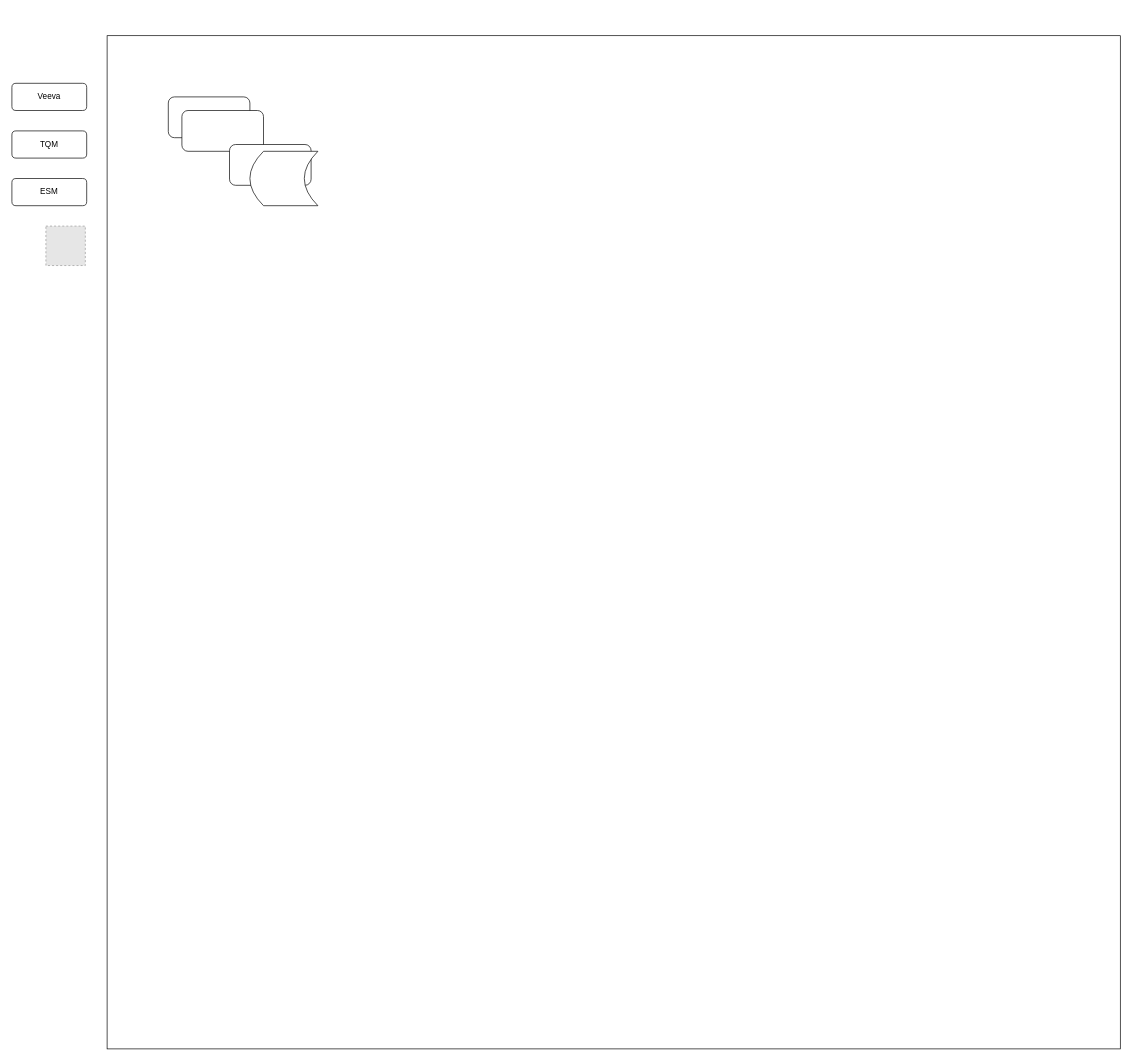
roy-huang1983/learngit keeps this draw.io diagram as 未命名绘图1.drawio. Above is the earlier version. Source tidied: cells renumbered, new cells numbered last; positions are measured from the earlier drawing's top-left corner, leaving out a move shared by most shapes. Both pictures are drawn from the tidied source at 68%, with x=0, y=0 at pixel (12, 35). Pictures stored in the file or linked from it are replaced by grey dashed boxes.
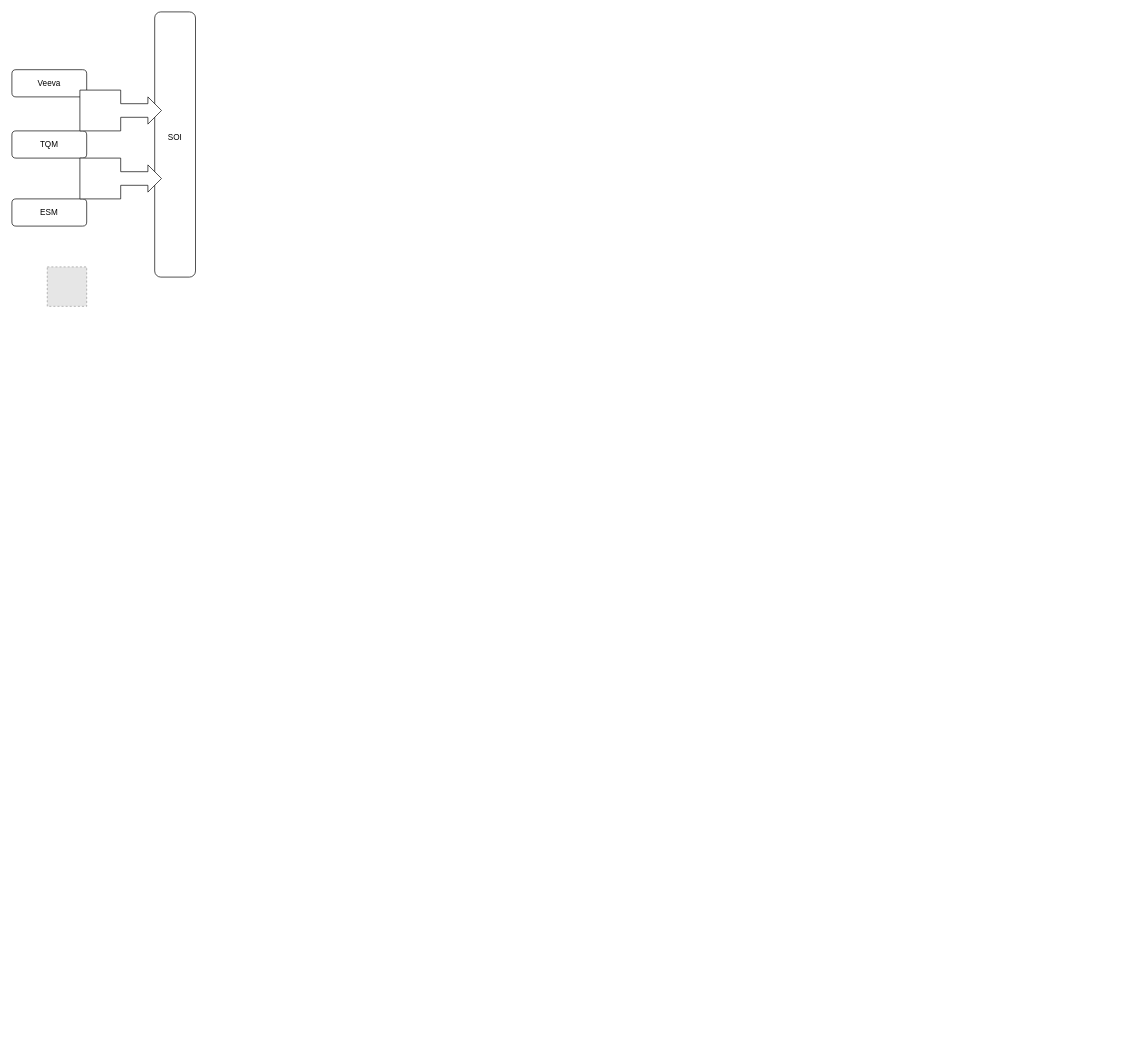
Above is the later version.

Commit message (it also covers changes not shown here):
更新未命名绘图1.drawio

The edit, as a diff of the source:
```diff
@@
 <mxGraphModel>
   <root>
     <mxCell id="0" />
     <mxCell id="1" parent="0" />
-    <mxCell id="2" style="whiteSpace=wrap;html=1;rounded=0;sketch=0;" parent="1" vertex="1">
-      <mxGeometry x="140" width="1490" height="1490" as="geometry" />
-    </mxCell>
+    <mxCell id="11" style="group;" parent="1" vertex="1">
+      <mxGeometry x="210" y="-35" width="60" height="390" as="geometry" />
+    </mxCell>
+    <mxCell id="7" style="rounded=1;whiteSpace=wrap;html=1;sketch=0;rotation=90;" parent="11" vertex="1">
+      <mxGeometry x="-165" y="165" width="390" height="60" as="geometry" />
+    </mxCell>
+    <mxCell id="12" value="SOI" style="text;html=1;strokeColor=none;fillColor=none;align=center;verticalAlign=middle;whiteSpace=wrap;rounded=0;sketch=0;" parent="11" vertex="1">
+      <mxGeometry x="10" y="175" width="40" height="20" as="geometry" />
+    </mxCell>
     <mxCell id="3" value="Veeva" style="rounded=1;whiteSpace=wrap;html=1;sketch=0;" parent="1" vertex="1">
-      <mxGeometry y="70" width="110" height="40" as="geometry" />
+      <mxGeometry y="50" width="110" height="40" as="geometry" />
     </mxCell>
     <mxCell id="4" value="TQM" style="rounded=1;whiteSpace=wrap;html=1;sketch=0;" parent="1" vertex="1">
       <mxGeometry y="140" width="110" height="40" as="geometry" />
     </mxCell>
     <mxCell id="5" value="ESM" style="rounded=1;whiteSpace=wrap;html=1;sketch=0;" parent="1" vertex="1">
-      <mxGeometry y="210" width="110" height="40" as="geometry" />
+      <mxGeometry y="240" width="110" height="40" as="geometry" />
     </mxCell>
     <mxCell id="6" style="fillColor=#E6E6E6;strokeColor=#999999;dashed=1;html=1;verticalAlign=top;verticalLabelPosition=bottom;labelBackgroundColor=#ffffff;" parent="1" vertex="1">
-      <mxGeometry x="50" y="280" width="58" height="58" as="geometry" />
+      <mxGeometry x="52" y="340" width="58" height="58" as="geometry" />
     </mxCell>
-    <mxCell id="7" style="rounded=1;whiteSpace=wrap;html=1;sketch=0;" parent="1" vertex="1">
-      <mxGeometry x="230" y="90" width="120" height="60" as="geometry" />
-    </mxCell>
-    <mxCell id="8" style="rounded=1;whiteSpace=wrap;html=1;sketch=0;" parent="1" vertex="1">
-      <mxGeometry x="250" y="110" width="120" height="60" as="geometry" />
-    </mxCell>
-    <mxCell id="9" style="rounded=1;whiteSpace=wrap;html=1;sketch=0;" parent="1" vertex="1">
-      <mxGeometry x="320" y="160" width="120" height="60" as="geometry" />
-    </mxCell>
-    <mxCell id="10" style="shape=dataStorage;whiteSpace=wrap;html=1;fixedSize=1;rounded=0;sketch=0;" parent="1" vertex="1">
-      <mxGeometry x="350" y="170" width="100" height="80" as="geometry" />
-    </mxCell>
+    <mxCell id="13" style="html=1;shadow=0;dashed=0;align=center;verticalAlign=middle;shape=mxgraph.arrows2.calloutArrow;dy=10;dx=20;notch=60;arrowHead=10;rounded=0;sketch=0;" parent="1" vertex="1">
+      <mxGeometry x="100" y="80" width="120" height="60" as="geometry" />
+    </mxCell>
+    <mxCell id="14" style="html=1;shadow=0;dashed=0;align=center;verticalAlign=middle;shape=mxgraph.arrows2.calloutArrow;dy=10;dx=20;notch=60;arrowHead=10;rounded=0;sketch=0;" parent="1" vertex="1">
+      <mxGeometry x="100" y="180" width="120" height="60" as="geometry" />
+    </mxCell>
   </root>
 </mxGraphModel>
```
